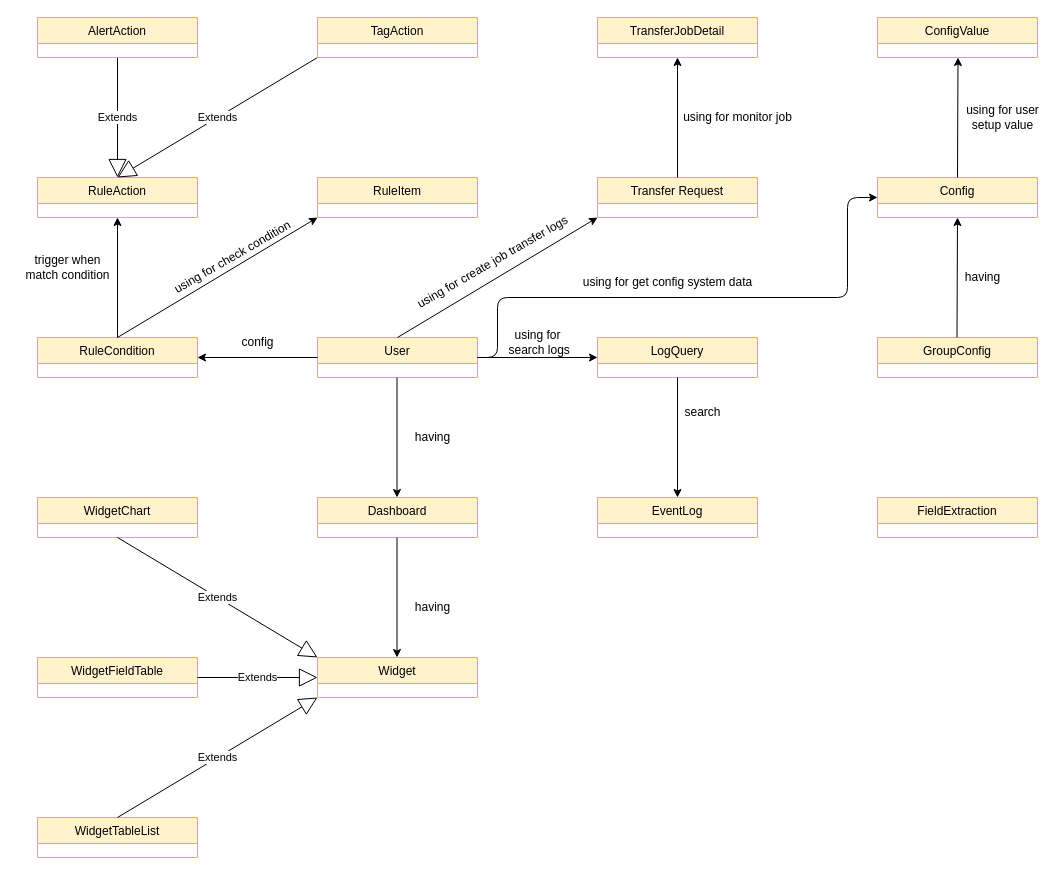
This is Untitled Diagram.drawio from ndhcoder/my-configs, a draw.io file, before an edit. Source tidied: cells renumbered, new cells numbered last; positions are measured from the earlier drawing's top-left corner, leaving out a move shared by most shapes. Both pictures are drawn from the tidied source at 100%, with x=0, y=0 at pixel (17, 17).
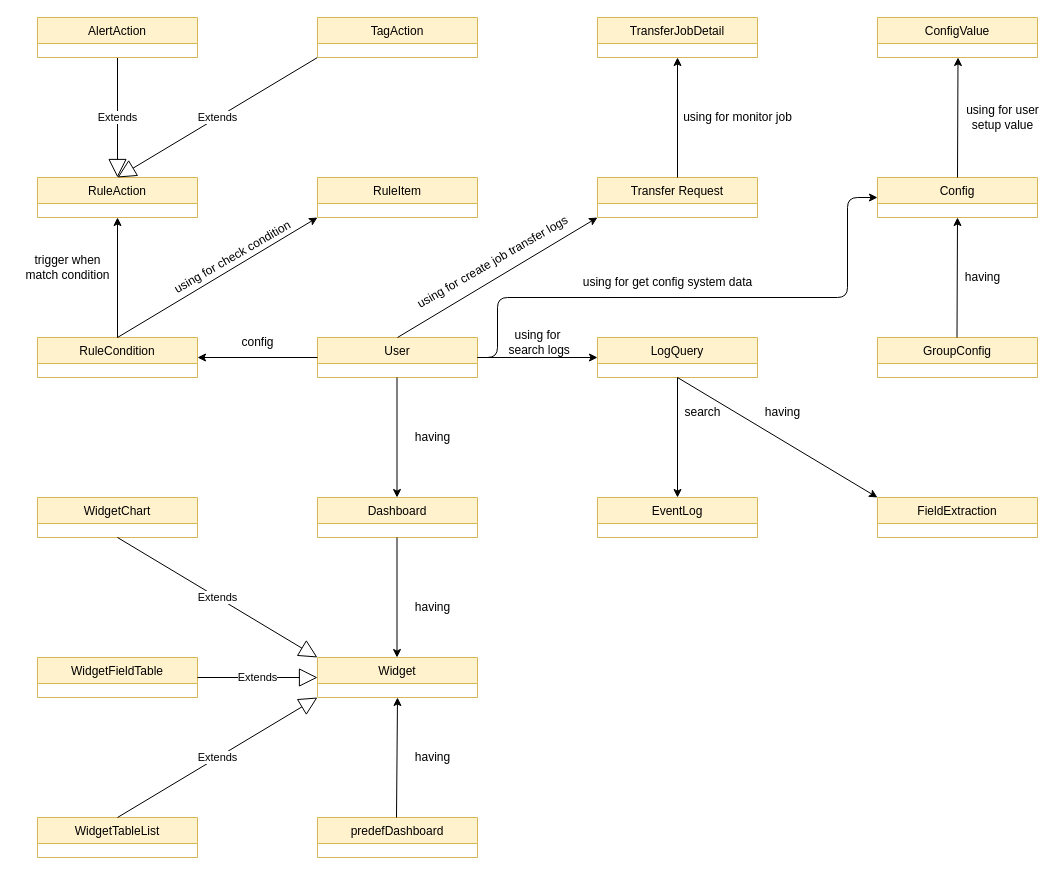
After the change.

Unchanged cells that the change refers to:
```xml
<mxCell id="18" value="Widget" style="swimlane;fontStyle=0;align=center;verticalAlign=top;horizontal=1;startSize=26;rounded=0;shadow=0;strokeWidth=1;fillColor=#fff2cc;strokeColor=#d6b656;" parent="1" vertex="1">
  <mxGeometry x="300" y="640" width="160" height="40" as="geometry" />
</mxCell>
<mxCell id="49" value="FieldExtraction" style="swimlane;fontStyle=0;align=center;verticalAlign=top;horizontal=1;startSize=26;rounded=0;shadow=0;strokeWidth=1;fillColor=#fff2cc;strokeColor=#d6b656;" parent="1" vertex="1">
  <mxGeometry x="860" y="480" width="160" height="40" as="geometry" />
</mxCell>
```

The edit, as a diff of the source:
```diff
@@
+    <mxCell id="50" value="predefDashboard" style="swimlane;fontStyle=0;align=center;verticalAlign=top;horizontal=1;startSize=26;rounded=0;shadow=0;strokeWidth=1;fillColor=#fff2cc;strokeColor=#d6b656;" parent="1" vertex="1">
+      <mxGeometry x="300" y="800" width="160" height="40" as="geometry" />
+    </mxCell>
+    <mxCell id="51" style="endArrow=classic;html=1;exitX=0.5;exitY=1;exitDx=0;exitDy=0;entryX=0.5;entryY=1;entryDx=0;entryDy=0;" parent="1" edge="1" target="18">
+      <mxGeometry relative="1" as="geometry">
+        <mxPoint x="379" y="800" as="sourcePoint" />
+      </mxGeometry>
+    </mxCell>
+    <mxCell id="52" value="having" style="text;html=1;align=center;verticalAlign=middle;" parent="1" vertex="1">
+      <mxGeometry x="390" y="730" width="50" height="20" as="geometry" />
+    </mxCell>
+    <mxCell id="53" style="endArrow=classic;html=1;entryX=0;entryY=0;entryDx=0;entryDy=0;" parent="1" edge="1" target="49">
+      <mxGeometry relative="1" as="geometry">
+        <mxPoint x="660" y="360" as="sourcePoint" />
+      </mxGeometry>
+    </mxCell>
+    <mxCell id="54" value="having" style="text;html=1;align=center;verticalAlign=middle;" parent="1" vertex="1">
+      <mxGeometry x="740" y="385" width="50" height="20" as="geometry" />
+    </mxCell>
```
